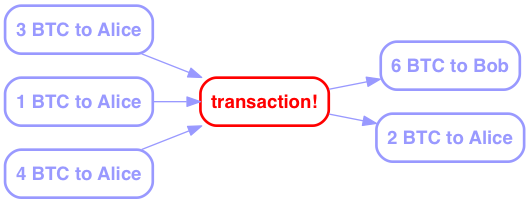
This is img/transactions-2.png from bluegraybox/BTCSplain, a Graphviz export, as it was before one commit. Its source is kept beside it as img/transactions-2.gv. The source it was exported from:
```dot
digraph G {
    rankdir=LR;
    graph [
        K=1.0,
        overlap=false,
        splines = spline,
    ];
    node [
        shape=box
        style="rounded,bold"
        color="#9999ff",
        fontcolor="#9999ff",
        fontname="Helvetica-bold",
    ];
    edge [
        # arrowsize=2,
        color="#9999ff",
    ];
    "transaction!" [color=red, fontcolor=red]

    "3 BTC to Alice" -> "transaction!"
    "1 BTC to Alice" -> "transaction!"
    "4 BTC to Alice" -> "transaction!"

    "transaction!" -> "6 BTC to Bob"
    "transaction!" -> "2 BTC to Alice"
}
```
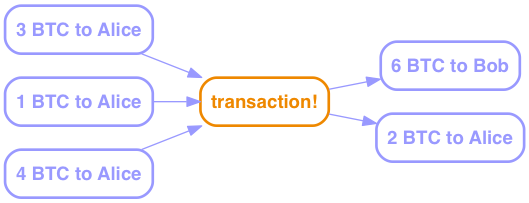
The same file after the commit.

Diff of the diagram source:
```diff
@@ -16,7 +16,7 @@
         # arrowsize=2,
         color="#9999ff",
     ];
-    "transaction!" [color=red, fontcolor=red]
+    "transaction!" [color="#ee8800", fontcolor="#ee8800"]
 
     "3 BTC to Alice" -> "transaction!"
     "1 BTC to Alice" -> "transaction!"
```
